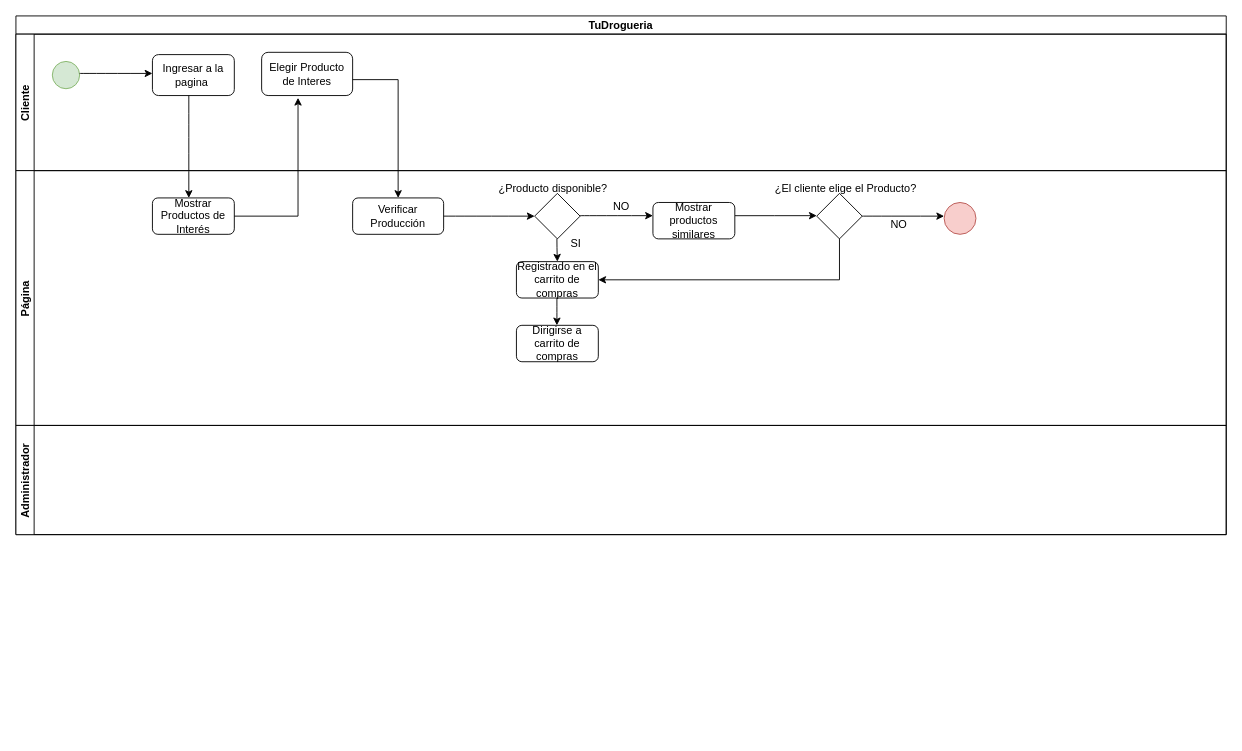
The draw.io diagram Drogeria.drawio in ItsJulian777/Drogueria, before the edit. Source tidied: cells renumbered, new cells numbered last; positions are measured from the earlier drawing's top-left corner, leaving out a move shared by most shapes. Both pictures are drawn from the tidied source at 91%, with x=0, y=0 at pixel (15, 15).
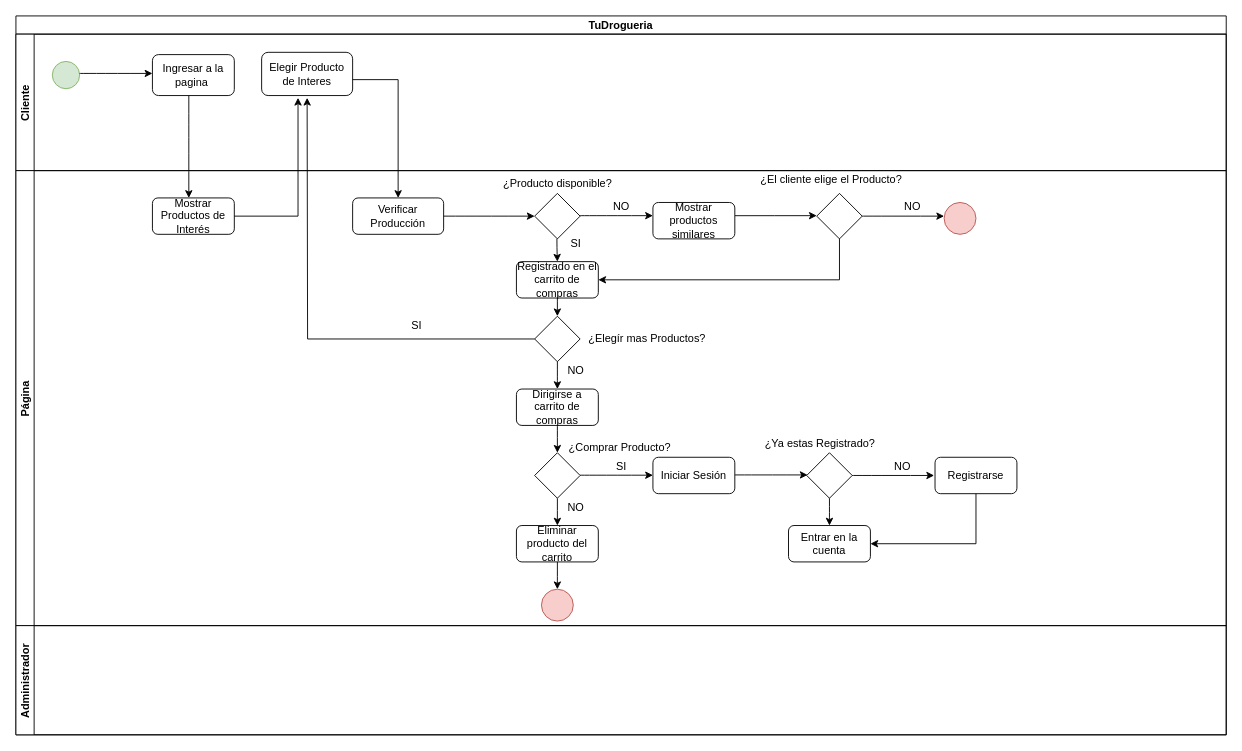
Above is the later version.

Change to the diagram source:
```diff
@@
     <mxCell id="2" value="TuDrogueria " style="swimlane;horizontal=1;startSize=20;" parent="1" vertex="1">
-      <mxGeometry width="1330" height="570" as="geometry" />
+      <mxGeometry width="1330" height="790" as="geometry" />
     </mxCell>
@@
     <mxCell id="10" value="Página" style="swimlane;startSize=20;horizontal=0;" parent="2" vertex="1">
-      <mxGeometry y="170" width="1330" height="280" as="geometry" />
+      <mxGeometry y="170" width="1330" height="500" as="geometry" />
     </mxCell>
@@
     <mxCell id="20" value="&lt;span&gt;Dirigirse a carrito de compras&lt;/span&gt;" style="rounded=1;whiteSpace=wrap;html=1;" parent="10" vertex="1">
-      <mxGeometry x="550" y="170" width="90" height="40" as="geometry" />
+      <mxGeometry x="550" y="240" width="90" height="40" as="geometry" />
     </mxCell>
@@
-    <mxCell id="28" style="curved=1;endArrow=classic;html=1;rounded=0;edgeStyle=orthogonalEdgeStyle;" parent="10" edge="1" target="20">
+    <mxCell id="28" style="curved=1;endArrow=classic;html=1;rounded=0;edgeStyle=orthogonalEdgeStyle;" parent="10" edge="1">
       <mxGeometry relative="1" as="geometry">
         <mxPoint x="594.5" y="140" as="sourcePoint" />
+        <mxPoint x="595" y="160" as="targetPoint" />
         <Array as="points">
           <mxPoint x="595" y="160" />
           <mxPoint x="595" y="160" />
         </Array>
       </mxGeometry>
     </mxCell>
-    <mxCell id="29" value="Administrador" style="swimlane;startSize=20;horizontal=0;" parent="2" vertex="1">
-      <mxGeometry y="450" width="1330" height="120" as="geometry" />
-    </mxCell>
-    <mxCell id="30" value="¿Producto disponible? " style="text;html=1;align=center;verticalAlign=middle;strokeColor=none;fillColor=none;" parent="1" vertex="1">
-      <mxGeometry x="525" y="180" width="130" height="20" as="geometry" />
+    <mxCell id="30" value="¿Producto disponible? " style="text;html=1;align=center;verticalAlign=middle;strokeColor=none;fillColor=none;" parent="10" vertex="1">
+      <mxGeometry x="530" y="5" width="130" height="20" as="geometry" />
     </mxCell>
-    <mxCell id="31" value="&amp;nbsp;¿El cliente elige el Producto?" style="text;html=1;align=center;verticalAlign=middle;strokeColor=none;fillColor=none;" parent="1" vertex="1">
-      <mxGeometry x="825" y="180" width="170" height="20" as="geometry" />
+    <mxCell id="31" value="&amp;nbsp;¿El cliente elige el Producto?" style="text;html=1;align=center;verticalAlign=middle;strokeColor=none;fillColor=none;" parent="10" vertex="1">
+      <mxGeometry x="809" width="170" height="20" as="geometry" />
     </mxCell>
-    <mxCell id="32" value="NO" style="text;html=1;align=center;verticalAlign=middle;strokeColor=none;fillColor=none;" parent="1" vertex="1">
-      <mxGeometry x="955" y="220" width="30" height="20" as="geometry" />
+    <mxCell id="32" value="NO" style="text;html=1;align=center;verticalAlign=middle;strokeColor=none;fillColor=none;" parent="10" vertex="1">
+      <mxGeometry x="970" y="30" width="30" height="20" as="geometry" />
     </mxCell>
+    <mxCell id="33" style="rhombus;whiteSpace=wrap;html=1;" parent="10" vertex="1">
+      <mxGeometry x="570" y="160" width="50" height="50" as="geometry" />
+    </mxCell>
+    <mxCell id="34" style="curved=1;endArrow=classic;html=1;rounded=0;edgeStyle=orthogonalEdgeStyle;exitX=0.5;exitY=1;exitDx=0;exitDy=0;" parent="10" edge="1" source="20">
+      <mxGeometry relative="1" as="geometry">
+        <mxPoint x="595" y="310" as="targetPoint" />
+        <Array as="points">
+          <mxPoint x="595" y="310" />
+        </Array>
+      </mxGeometry>
+    </mxCell>
+    <mxCell id="35" value="¿Elegír mas Productos?&amp;nbsp;" style="text;html=1;align=center;verticalAlign=middle;strokeColor=none;fillColor=none;" parent="10" vertex="1">
+      <mxGeometry x="620" y="175" width="150" height="20" as="geometry" />
+    </mxCell>
+    <mxCell id="36" style="curved=1;endArrow=classic;html=1;rounded=0;edgeStyle=orthogonalEdgeStyle;exitX=0.5;exitY=1;exitDx=0;exitDy=0;entryX=0.5;entryY=0;entryDx=0;entryDy=0;" parent="10" edge="1" source="33" target="20">
+      <mxGeometry relative="1" as="geometry">
+        <Array as="points">
+          <mxPoint x="595" y="230" />
+          <mxPoint x="595" y="230" />
+        </Array>
+      </mxGeometry>
+    </mxCell>
+    <mxCell id="37" style="endArrow=classic;html=1;rounded=0;edgeStyle=orthogonalEdgeStyle;" parent="10" edge="1" source="33">
+      <mxGeometry relative="1" as="geometry">
+        <mxPoint x="320" y="-80" as="targetPoint" />
+      </mxGeometry>
+    </mxCell>
+    <mxCell id="38" value="NO" style="text;html=1;align=center;verticalAlign=middle;strokeColor=none;fillColor=none;" parent="10" vertex="1">
+      <mxGeometry x="600" y="210" width="30" height="20" as="geometry" />
+    </mxCell>
+    <mxCell id="39" style="curved=1;endArrow=classic;html=1;rounded=0;edgeStyle=orthogonalEdgeStyle;exitX=0.5;exitY=1;exitDx=0;exitDy=0;" parent="10" edge="1" source="40">
+      <mxGeometry relative="1" as="geometry">
+        <mxPoint x="595" y="390" as="targetPoint" />
+      </mxGeometry>
+    </mxCell>
+    <mxCell id="40" style="rhombus;whiteSpace=wrap;html=1;" parent="10" vertex="1">
+      <mxGeometry x="570" y="310" width="50" height="50" as="geometry" />
+    </mxCell>
+    <mxCell id="41" style="curved=1;endArrow=classic;html=1;rounded=0;edgeStyle=orthogonalEdgeStyle;exitX=1;exitY=0.5;exitDx=0;exitDy=0;" parent="10" edge="1">
+      <mxGeometry relative="1" as="geometry">
+        <mxPoint x="620" y="334.7" as="sourcePoint" />
+        <mxPoint x="700" y="334.7" as="targetPoint" />
+        <Array as="points">
+          <mxPoint x="700" y="334.7" />
+          <mxPoint x="700" y="334.7" />
+        </Array>
+      </mxGeometry>
+    </mxCell>
+    <mxCell id="42" value="¿Comprar Producto?&amp;nbsp;" style="text;html=1;align=center;verticalAlign=middle;strokeColor=none;fillColor=none;" parent="10" vertex="1">
+      <mxGeometry x="600" y="295" width="130" height="20" as="geometry" />
+    </mxCell>
+    <mxCell id="43" value="NO" style="text;html=1;align=center;verticalAlign=middle;strokeColor=none;fillColor=none;" parent="10" vertex="1">
+      <mxGeometry x="600" y="360" width="30" height="20" as="geometry" />
+    </mxCell>
+    <mxCell id="44" value="&lt;span&gt;Eliminar producto del carrito&lt;/span&gt;" style="rounded=1;whiteSpace=wrap;html=1;" parent="10" vertex="1">
+      <mxGeometry x="550" y="390" width="90" height="40" as="geometry" />
+    </mxCell>
+    <mxCell id="45" style="ellipse;whiteSpace=wrap;html=1;fillColor=#f8cecc;strokeColor=#b85450;" parent="10" vertex="1">
+      <mxGeometry x="577.5" y="460" width="35" height="35" as="geometry" />
+    </mxCell>
+    <mxCell id="46" value="SI" style="text;html=1;align=center;verticalAlign=middle;strokeColor=none;fillColor=none;" parent="10" vertex="1">
+      <mxGeometry x="650" y="315" width="30" height="20" as="geometry" />
+    </mxCell>
+    <mxCell id="47" value="Iniciar Sesión" style="rounded=1;whiteSpace=wrap;html=1;" parent="10" vertex="1">
+      <mxGeometry x="700" y="315" width="90" height="40" as="geometry" />
+    </mxCell>
+    <mxCell id="48" style="curved=1;endArrow=classic;html=1;rounded=0;edgeStyle=orthogonalEdgeStyle;exitX=1;exitY=0.5;exitDx=0;exitDy=0;" parent="10" edge="1">
+      <mxGeometry relative="1" as="geometry">
+        <mxPoint x="790" y="334.4" as="sourcePoint" />
+        <mxPoint x="870" y="334.4" as="targetPoint" />
+        <Array as="points">
+          <mxPoint x="870" y="334.4" />
+          <mxPoint x="870" y="334.4" />
+        </Array>
+      </mxGeometry>
+    </mxCell>
+    <mxCell id="49" style="rhombus;whiteSpace=wrap;html=1;" parent="10" vertex="1">
+      <mxGeometry x="869" y="310" width="50" height="50" as="geometry" />
+    </mxCell>
+    <mxCell id="50" value="¿Ya estas Registrado?&amp;nbsp;" style="text;html=1;align=center;verticalAlign=middle;strokeColor=none;fillColor=none;" parent="10" vertex="1">
+      <mxGeometry x="815" y="290" width="140" height="20" as="geometry" />
+    </mxCell>
+    <mxCell id="51" style="curved=1;endArrow=classic;html=1;rounded=0;edgeStyle=orthogonalEdgeStyle;exitX=1;exitY=0.363;exitDx=0;exitDy=0;exitPerimeter=0;" parent="10" edge="1">
+      <mxGeometry relative="1" as="geometry">
+        <mxPoint x="919" y="335" as="sourcePoint" />
+        <mxPoint x="1009" y="335" as="targetPoint" />
+      </mxGeometry>
+    </mxCell>
+    <mxCell id="52" value="NO" style="text;html=1;align=center;verticalAlign=middle;strokeColor=none;fillColor=none;" parent="10" vertex="1">
+      <mxGeometry x="959" y="315" width="30" height="20" as="geometry" />
+    </mxCell>
+    <mxCell id="53" value="&lt;span&gt;Entrar en la cuenta&lt;/span&gt;" style="rounded=1;whiteSpace=wrap;html=1;" parent="10" vertex="1">
+      <mxGeometry x="849" y="390" width="90" height="40" as="geometry" />
+    </mxCell>
+    <mxCell id="54" value="&lt;span&gt;Registrarse&lt;/span&gt;" style="rounded=1;whiteSpace=wrap;html=1;" parent="10" vertex="1">
+      <mxGeometry x="1010" y="315" width="90" height="40" as="geometry" />
+    </mxCell>
+    <mxCell id="55" style="endArrow=classic;html=1;rounded=0;edgeStyle=orthogonalEdgeStyle;exitX=0.5;exitY=1;exitDx=0;exitDy=0;entryX=1;entryY=0.5;entryDx=0;entryDy=0;" parent="10" edge="1" source="54" target="53">
+      <mxGeometry relative="1" as="geometry">
+        <Array as="points">
+          <mxPoint x="1055" y="410" />
+        </Array>
+      </mxGeometry>
+    </mxCell>
+    <mxCell id="29" value="Administrador" style="swimlane;startSize=20;horizontal=0;" parent="2" vertex="1">
+      <mxGeometry y="670" width="1330" height="120" as="geometry" />
+    </mxCell>
+    <mxCell id="56" value="SI" style="text;html=1;align=center;verticalAlign=middle;strokeColor=none;fillColor=none;" parent="1" vertex="1">
+      <mxGeometry x="425" y="330" width="30" height="20" as="geometry" />
+    </mxCell>
+    <mxCell id="57" style="curved=1;endArrow=classic;html=1;rounded=0;edgeStyle=orthogonalEdgeStyle;exitX=0.5;exitY=1;exitDx=0;exitDy=0;" parent="1" edge="1" source="44">
+      <mxGeometry relative="1" as="geometry">
+        <mxPoint x="595" y="630" as="targetPoint" />
+        <Array as="points">
+          <mxPoint x="595" y="620" />
+          <mxPoint x="595" y="620" />
+        </Array>
+      </mxGeometry>
+    </mxCell>
+    <mxCell id="58" style="curved=1;endArrow=classic;html=1;rounded=0;edgeStyle=orthogonalEdgeStyle;exitX=0.5;exitY=1;exitDx=0;exitDy=0;" parent="1" edge="1" source="49">
+      <mxGeometry relative="1" as="geometry">
+        <mxPoint x="894" y="560" as="targetPoint" />
+        <Array as="points">
+          <mxPoint x="894" y="550" />
+          <mxPoint x="894" y="550" />
+        </Array>
+      </mxGeometry>
+    </mxCell>
```
